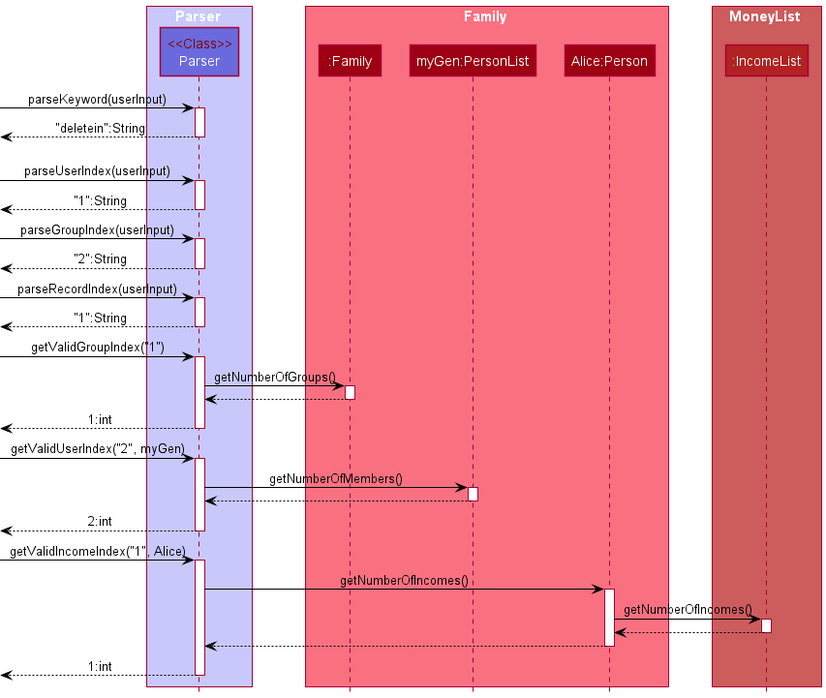
Above: docs/images/ParserSequenceDiagram.png in nus-cs2113-AY2122S2/tp (PlantUML), before the change.
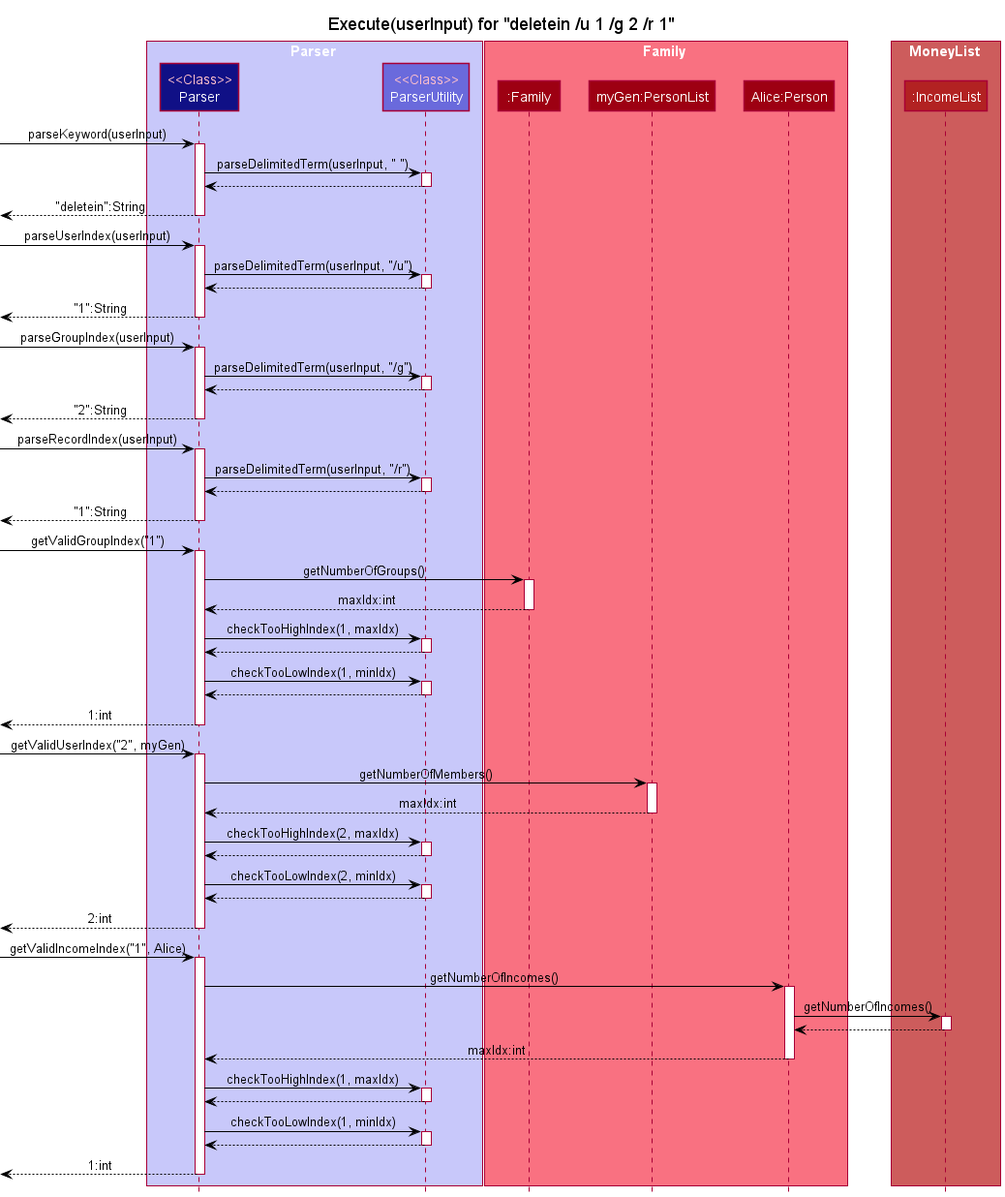
Later version of the same file.

What changed in the source:
```diff
@@ -2,8 +2,11 @@
 !include style.puml
 skinparam arrowColor #BLACK
 
+Title : Execute(userInput) for "deletein /u 1 /g 2 /r 1"
+
 box Parser LOGIC_COLOR_T1
-Participant "<color:maroon><<Class>>\nParser" as Parser LOGIC_COLOR_T2
+Participant "<color:pink><<Class>>\nParser" as Parser LOGIC_COLOR_T4
+Participant "<color:pink><<Class>>\nParserUtility" as UParser LOGIC_COLOR_T2
 end box
 
 box Family MODEL_COLOR_T1
@@ -18,23 +21,37 @@
 
 [-> Parser : parseKeyword(userInput)
 activate Parser
+Parser -> UParser : parseDelimitedTerm(userInput, " ")
+activate UParser
+UParser --> Parser
+deactivate UParser
 Parser -->[ : "deletein":String
 deactivate Parser
 
-[-[hidden]> Parser
-
 [-> Parser : parseUserIndex(userInput)
 activate Parser
+Parser -> UParser : parseDelimitedTerm(userInput, "/u")
+activate UParser
+UParser --> Parser
+deactivate UParser
 Parser -->[ : "1":String
 deactivate Parser
 
 [-> Parser : parseGroupIndex(userInput)
 activate Parser
+Parser -> UParser : parseDelimitedTerm(userInput, "/g")
+activate UParser
+UParser --> Parser
+deactivate UParser
 Parser -->[ : "2":String
 deactivate Parser
 
 [-> Parser : parseRecordIndex(userInput)
 activate Parser
+Parser -> UParser : parseDelimitedTerm(userInput, "/r")
+activate UParser
+UParser --> Parser
+deactivate UParser
 Parser -->[ : "1":String
 deactivate Parser
 
@@ -42,8 +59,16 @@
 activate Parser
 Parser -> Family : getNumberOfGroups()
 activate Family
-Family --> Parser
+Family --> Parser : maxIdx:int
 deactivate Family
+Parser -> UParser : checkTooHighIndex(1, maxIdx)
+activate UParser
+UParser --> Parser
+deactivate UParser
+Parser -> UParser : checkTooLowIndex(1, minIdx)
+activate UParser
+UParser --> Parser
+deactivate UParser
 Parser -->[ : 1:int
 deactivate Parser
 
@@ -51,8 +76,16 @@
 activate Parser
 Parser -> PLIST : getNumberOfMembers()
 activate PLIST
-PLIST --> Parser
+PLIST --> Parser : maxIdx:int
 deactivate PLIST
+Parser -> UParser : checkTooHighIndex(2, maxIdx)
+activate UParser
+UParser --> Parser
+deactivate UParser
+Parser -> UParser : checkTooLowIndex(2, minIdx)
+activate UParser
+UParser --> Parser
+deactivate UParser
 Parser -->[ : 2:int
 deactivate Parser
 
@@ -64,8 +97,16 @@
 activate ILIST
 ILIST --> Person
 deactivate ILIST
-Person --> Parser
+Person --> Parser  : maxIdx:int
 deactivate Person
+Parser -> UParser : checkTooHighIndex(1, maxIdx)
+activate UParser
+UParser --> Parser
+deactivate UParser
+Parser -> UParser : checkTooLowIndex(1, minIdx)
+activate UParser
+UParser --> Parser
+deactivate UParser
 Parser -->[ : 1:int
 deactivate Parser
 
```
